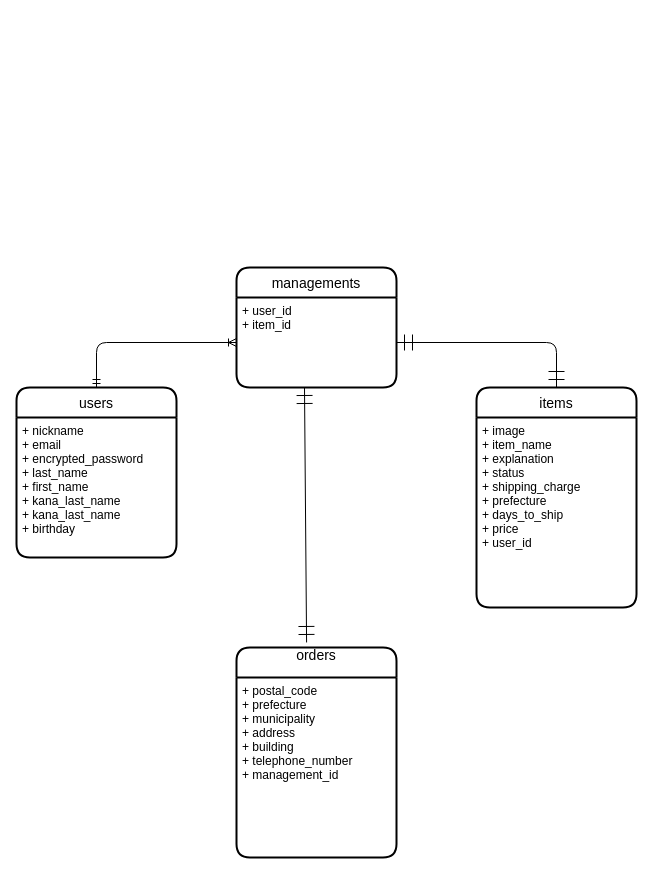
Earlier version of the draw.io diagram er.dio (hashi654/furima-36037). Source tidied: cells renumbered, new cells numbered last; positions are measured from the earlier drawing's top-left corner, leaving out a move shared by most shapes. Both pictures are drawn from the tidied source at 100%, with x=0, y=0 at pixel (16, 267).
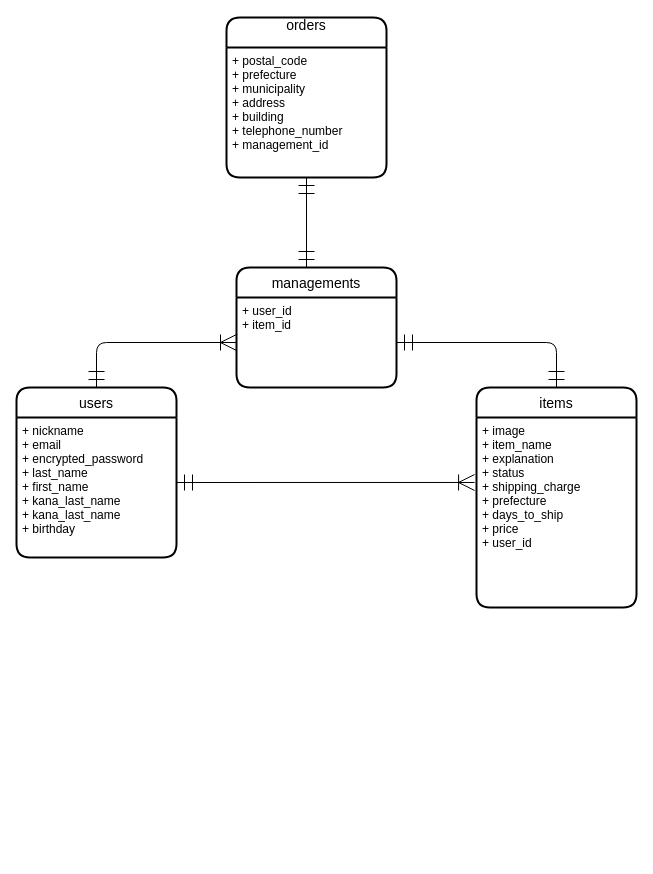
Above is the later version.

Commit message (it also covers changes not shown here):
9/11修正コメントに沿ったデータベースの修正

Change to the diagram source:
```diff
@@
 <mxGraphModel>
   <root>
     <mxCell id="0" />
     <mxCell id="1" parent="0" />
     <mxCell id="2" value="users" style="swimlane;horizontal=1;startSize=30;rounded=1;fontSize=14;fontStyle=0;strokeWidth=2;shadow=0;dashed=0;align=center;" parent="1" vertex="1">
       <mxGeometry y="120" width="160" height="170" as="geometry" />
     </mxCell>
     <mxCell id="3" value="+ nickname&#10;+ email&#10;+ encrypted_password&#10;+ last_name&#10;+ first_name&#10;+ kana_last_name&#10;+ kana_last_name&#10;+ birthday" style="align=left;strokeColor=none;fillColor=none;spacingLeft=4;fontSize=12;verticalAlign=top;horizontal=1;" parent="2" vertex="1">
       <mxGeometry y="30" width="160" height="140" as="geometry" />
     </mxCell>
     <mxCell id="4" value="items" style="swimlane;horizontal=1;startSize=30;rounded=1;fontSize=14;fontStyle=0;strokeWidth=2;shadow=0;dashed=0;align=center;" parent="1" vertex="1">
       <mxGeometry x="460" y="120" width="160" height="220" as="geometry" />
     </mxCell>
     <mxCell id="5" value="+ image&#10;+ item_name&#10;+ explanation&#10;+ status&#10;+ shipping_charge&#10;+ prefecture&#10;+ days_to_ship&#10;+ price&#10;+ user_id" style="align=left;strokeColor=none;fillColor=none;spacingLeft=4;fontSize=12;verticalAlign=top;" parent="4" vertex="1">
       <mxGeometry y="30" width="160" height="190" as="geometry" />
     </mxCell>
     <mxCell id="6" value="orders&#10;" style="swimlane;horizontal=1;startSize=30;rounded=1;fontSize=14;fontStyle=0;strokeWidth=2;shadow=0;dashed=0;align=center;" parent="1" vertex="1">
-      <mxGeometry x="220" y="380" width="160" height="210" as="geometry" />
+      <mxGeometry x="210" y="-250" width="160" height="160" as="geometry" />
     </mxCell>
     <mxCell id="7" value="+ postal_code&#10;+ prefecture&#10;+ municipality&#10;+ address&#10;+ building&#10;+ telephone_number&#10;+ management_id" style="align=left;strokeColor=none;fillColor=none;spacingLeft=4;fontSize=12;verticalAlign=top;" parent="6" vertex="1">
-      <mxGeometry y="30" width="160" height="180" as="geometry" />
+      <mxGeometry y="30" width="160" height="130" as="geometry" />
     </mxCell>
     <mxCell id="8" value="managements" style="swimlane;horizontal=1;startSize=30;rounded=1;fontSize=14;fontStyle=0;strokeWidth=2;shadow=0;dashed=0;align=center;" parent="1" vertex="1">
       <mxGeometry x="220" width="160" height="120" as="geometry" />
     </mxCell>
     <mxCell id="9" value="+ user_id&#10;+ item_id" style="align=left;strokeColor=none;fillColor=none;spacingLeft=4;fontSize=12;verticalAlign=top;" parent="8" vertex="1">
       <mxGeometry y="30" width="160" height="90" as="geometry" />
     </mxCell>
-    <mxCell id="10" style="edgeStyle=orthogonalEdgeStyle;fontSize=12;html=1;endArrow=ERoneToMany;startArrow=ERmandOne;jumpSize=14;entryX=0;entryY=0.5;entryDx=0;entryDy=0;exitX=0.5;exitY=0;exitDx=0;exitDy=0;" parent="1" edge="1" source="2" target="9">
+    <mxCell id="10" style="edgeStyle=orthogonalEdgeStyle;fontSize=12;html=1;endArrow=ERoneToMany;startArrow=ERmandOne;jumpSize=14;entryX=0;entryY=0.5;entryDx=0;entryDy=0;exitX=0.5;exitY=0;exitDx=0;exitDy=0;endSize=14;startSize=14;" parent="1" edge="1" source="2" target="9">
       <mxGeometry relative="1" as="geometry" />
     </mxCell>
     <mxCell id="11" style="edgeStyle=orthogonalEdgeStyle;fontSize=12;html=1;endArrow=ERmandOne;startArrow=ERmandOne;strokeWidth=1;exitX=1;exitY=0.5;exitDx=0;exitDy=0;entryX=0.5;entryY=0;entryDx=0;entryDy=0;jumpSize=14;endSize=14;startSize=14;" parent="1" edge="1" source="9" target="4">
       <mxGeometry relative="1" as="geometry">
         <Array as="points">
           <mxPoint x="540" y="75" />
         </Array>
       </mxGeometry>
     </mxCell>
-    <mxCell id="12" style="fontSize=12;html=1;endArrow=ERmandOne;startArrow=ERmandOne;strokeWidth=1;exitX=0.425;exitY=1;exitDx=0;exitDy=0;entryX=0.438;entryY=-0.024;entryDx=0;entryDy=0;jumpSize=14;endSize=14;startSize=14;exitPerimeter=0;entryPerimeter=0;" parent="1" edge="1" source="9" target="6">
-      <mxGeometry relative="1" as="geometry" />
+    <mxCell id="12" style="fontSize=12;html=1;endArrow=ERmandOne;startArrow=ERmandOne;strokeWidth=1;jumpSize=14;endSize=14;startSize=14;" parent="1" edge="1">
+      <mxGeometry relative="1" as="geometry">
+        <mxPoint x="290" as="sourcePoint" />
+        <mxPoint x="290" y="-90" as="targetPoint" />
+      </mxGeometry>
     </mxCell>
+    <mxCell id="13" style="fontSize=12;html=1;endArrow=ERoneToMany;startArrow=ERmandOne;jumpSize=14;exitX=0.5;exitY=0;exitDx=0;exitDy=0;entryX=-0.012;entryY=0.342;entryDx=0;entryDy=0;entryPerimeter=0;endSize=14;startSize=14;" parent="1" edge="1" target="5">
+      <mxGeometry relative="1" as="geometry">
+        <mxPoint x="160" y="215" as="sourcePoint" />
+      </mxGeometry>
+    </mxCell>
   </root>
 </mxGraphModel>
```
